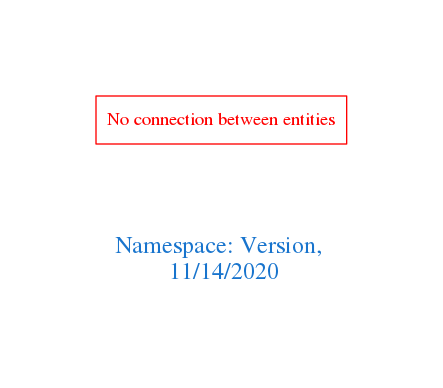
The Graphviz diagram downloads/Version.png in arago/OGIT, before a commit. Its source is kept beside it as downloads/Version.dot.
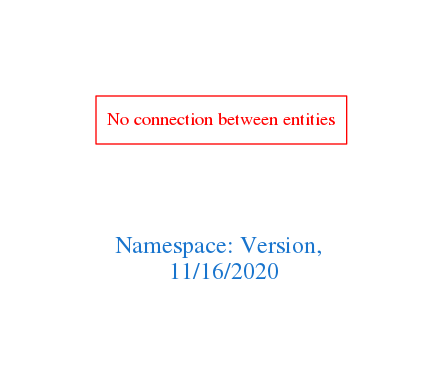
The same diagram one commit later.

Change to the diagram source:
```diff
@@ -1,7 +1,7 @@
 digraph OGIT_ontology {
  graph [ rankdir= LR,pad=1
 fontsize = 18,
-fontcolor= dodgerblue3,label = "\n\n\nNamespace: Version, \n 11/14/2020"];
+fontcolor= dodgerblue3,label = "\n\n\nNamespace: Version, \n 11/16/2020"];
 node[shape=polygon];
 edge [  color="gray81"];
 
```
